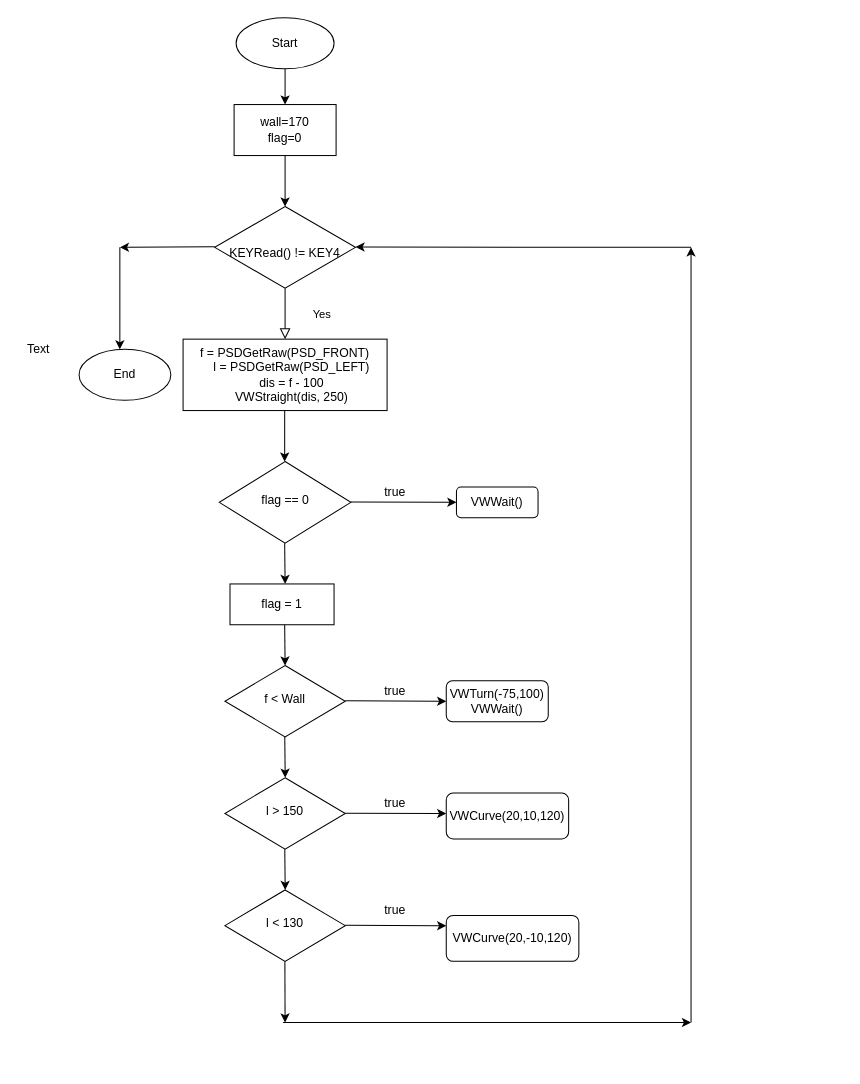
The draw.io diagram Untitled Diagram.drawio in nurezzajeslin/week3, before the edit. Source tidied: cells renumbered, new cells numbered last; positions are measured from the earlier drawing's top-left corner, leaving out a move shared by most shapes. Both pictures are drawn from the tidied source at 102%, with x=0, y=0 at pixel (17, 17).
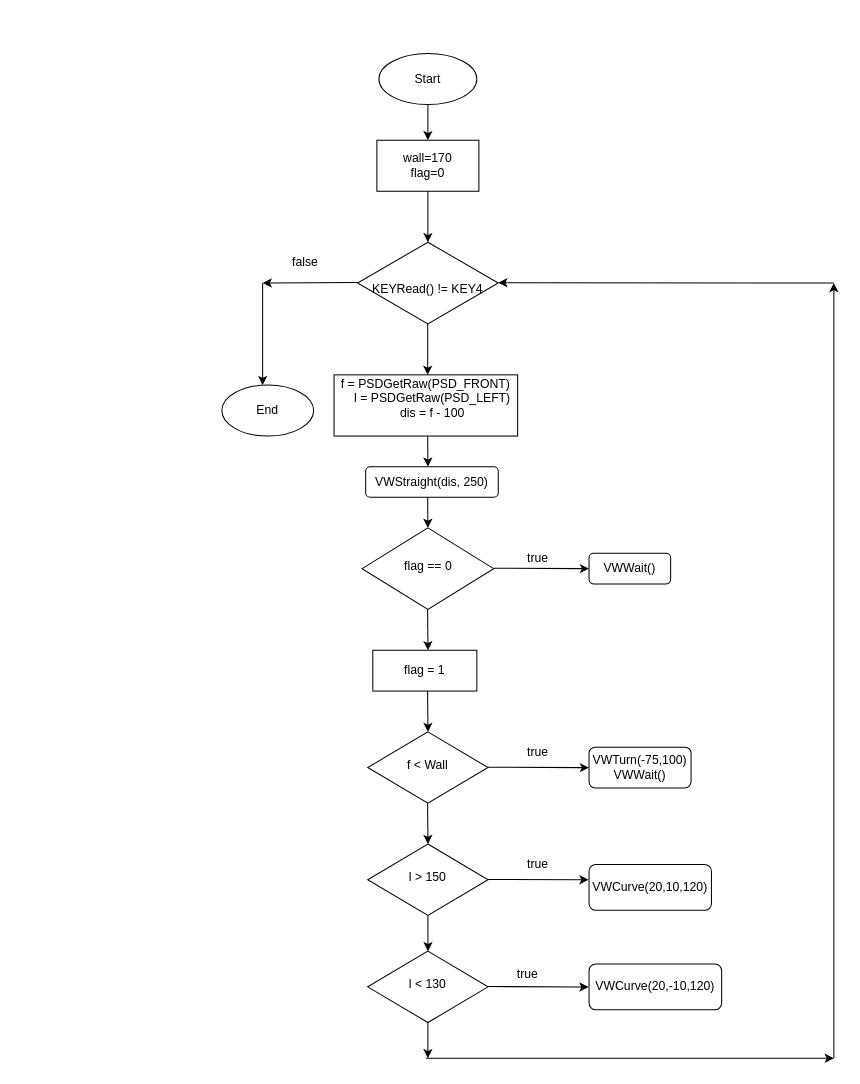
The same diagram, later.

The edit, as a diff of the source:
```diff
@@
-    <mxCell id="2" value="Yes" style="rounded=0;html=1;jettySize=auto;fontSize=11;endArrow=block;endFill=0;endSize=8;strokeWidth=1;shadow=0;labelBackgroundColor=none;edgeStyle=orthogonalEdgeStyle;entryX=0.5;entryY=0;entryDx=0;entryDy=0;" parent="1" edge="1" source="3" target="7">
-      <mxGeometry x="0.02" y="36" relative="1" as="geometry">
-        <Array as="points">
-          <mxPoint x="264" y="265" />
-          <mxPoint x="264" y="265" />
-        </Array>
-      </mxGeometry>
-    </mxCell>
+    <mxCell id="40" style="group;" parent="1" vertex="1">
+      <mxGeometry x="200" y="35" width="600" height="985" as="geometry" />
+    </mxCell>
-    <mxCell id="3" value="&lt;br&gt;KEYRead() != KEY4" style="rhombus;whiteSpace=wrap;html=1;shadow=0;fontFamily=Helvetica;fontSize=12;align=center;strokeWidth=1;spacing=6;spacingTop=-4;" parent="1" vertex="1">
-      <mxGeometry x="193" y="185" width="138" height="80" as="geometry" />
+    <mxCell id="3" value="&lt;br&gt;KEYRead() != KEY4" style="rhombus;whiteSpace=wrap;html=1;shadow=0;fontFamily=Helvetica;fontSize=12;align=center;strokeWidth=1;spacing=6;spacingTop=-4;" parent="40" vertex="1">
+      <mxGeometry x="133" y="185" width="138" height="80" as="geometry" />
     </mxCell>
-    <mxCell id="4" style="ellipse;whiteSpace=wrap;html=1;" parent="1" vertex="1">
-      <mxGeometry x="214" width="96" height="50" as="geometry" />
+    <mxCell id="4" style="ellipse;whiteSpace=wrap;html=1;" parent="40" vertex="1">
+      <mxGeometry x="154" width="96" height="50" as="geometry" />
     </mxCell>
-    <mxCell id="5" value="Start" style="text;html=1;strokeColor=none;fillColor=none;align=center;verticalAlign=middle;whiteSpace=wrap;rounded=0;" parent="1" vertex="1">
-      <mxGeometry x="242" y="15" width="40" height="20" as="geometry" />
+    <mxCell id="5" value="Start" style="text;html=1;strokeColor=none;fillColor=none;align=center;verticalAlign=middle;whiteSpace=wrap;rounded=0;" parent="40" vertex="1">
+      <mxGeometry x="182" y="15" width="40" height="20" as="geometry" />
     </mxCell>
-    <mxCell id="6" value="&lt;span&gt;wall=170&lt;/span&gt;&lt;br&gt;&lt;span&gt;flag=0&lt;/span&gt;" style="rounded=0;whiteSpace=wrap;html=1;" parent="1" vertex="1">
-      <mxGeometry x="212" y="85" width="100" height="50" as="geometry" />
+    <mxCell id="6" value="&lt;span&gt;wall=170&lt;/span&gt;&lt;br&gt;&lt;span&gt;flag=0&lt;/span&gt;" style="rounded=0;whiteSpace=wrap;html=1;" parent="40" vertex="1">
+      <mxGeometry x="152" y="85" width="100" height="50" as="geometry" />
     </mxCell>
-    <mxCell id="7" value="&lt;div&gt;f = PSDGetRaw(PSD_FRONT)&lt;/div&gt;&lt;div&gt;&amp;nbsp; &amp;nbsp; l = PSDGetRaw(PSD_LEFT)&lt;/div&gt;&lt;div&gt;&lt;span&gt;&amp;nbsp; &amp;nbsp; dis = f - 100&lt;/span&gt;&lt;br&gt;&lt;/div&gt;&lt;div&gt;&amp;nbsp; &amp;nbsp; VWStraight(dis, 250)&lt;/div&gt;" style="rounded=0;whiteSpace=wrap;html=1;" parent="1" vertex="1">
-      <mxGeometry x="162" y="315" width="200" height="70" as="geometry" />
+    <mxCell id="7" value="&lt;div&gt;f = PSDGetRaw(PSD_FRONT)&lt;/div&gt;&lt;div&gt;&amp;nbsp; &amp;nbsp; l = PSDGetRaw(PSD_LEFT)&lt;/div&gt;&lt;div&gt;&lt;span&gt;&amp;nbsp; &amp;nbsp; dis = f - 100&lt;/span&gt;&lt;br&gt;&lt;/div&gt;&lt;div&gt;&amp;nbsp; &amp;nbsp;&amp;nbsp;&lt;/div&gt;" style="rounded=0;whiteSpace=wrap;html=1;" parent="40" vertex="1">
+      <mxGeometry x="110" y="315" width="180" height="60" as="geometry" />
     </mxCell>
-    <mxCell id="8" value="flag == 0" style="rhombus;whiteSpace=wrap;html=1;shadow=0;fontFamily=Helvetica;fontSize=12;align=center;strokeWidth=1;spacing=6;spacingTop=-4;" parent="1" vertex="1">
-      <mxGeometry x="197.5" y="435" width="129" height="80" as="geometry" />
+    <mxCell id="8" value="flag == 0" style="rhombus;whiteSpace=wrap;html=1;shadow=0;fontFamily=Helvetica;fontSize=12;align=center;strokeWidth=1;spacing=6;spacingTop=-4;" parent="40" vertex="1">
+      <mxGeometry x="137.5" y="465" width="129" height="80" as="geometry" />
     </mxCell>
-    <mxCell id="9" style="endArrow=classic;html=1;entryX=0.5;entryY=0;entryDx=0;entryDy=0;" parent="1" edge="1" source="4" target="6">
+    <mxCell id="9" style="endArrow=classic;html=1;entryX=0.5;entryY=0;entryDx=0;entryDy=0;" parent="40" edge="1" source="4" target="6">
       <mxGeometry relative="1" as="geometry" />
     </mxCell>
-    <mxCell id="10" style="endArrow=classic;html=1;exitX=0.5;exitY=1;exitDx=0;exitDy=0;" parent="1" edge="1" source="6">
+    <mxCell id="10" style="endArrow=classic;html=1;exitX=0.5;exitY=1;exitDx=0;exitDy=0;" parent="40" edge="1" source="6">
       <mxGeometry relative="1" as="geometry">
-        <mxPoint x="262" y="185" as="targetPoint" />
+        <mxPoint x="202" y="185" as="targetPoint" />
       </mxGeometry>
     </mxCell>
-    <mxCell id="11" style="endArrow=classic;html=1;" parent="1" edge="1">
+    <mxCell id="11" style="endArrow=classic;html=1;" parent="40" edge="1">
       <mxGeometry relative="1" as="geometry">
-        <mxPoint x="261.6" y="385" as="sourcePoint" />
-        <mxPoint x="261.6" y="435" as="targetPoint" />
+        <mxPoint x="201.8" y="375" as="sourcePoint" />
+        <mxPoint x="202" y="405" as="targetPoint" />
       </mxGeometry>
     </mxCell>
-    <mxCell id="12" style="endArrow=classic;html=1;entryX=0;entryY=0.5;entryDx=0;entryDy=0;" parent="1" edge="1" target="13">
-      <mxGeometry relative="1" as="geometry">
-        <mxPoint x="326.5" y="474.6" as="sourcePoint" />
-      </mxGeometry>
-    </mxCell>
-    <mxCell id="13" value="VWWait()" style="rounded=1;whiteSpace=wrap;html=1;" parent="1" vertex="1">
-      <mxGeometry x="430" y="460" width="80" height="30" as="geometry" />
+    <mxCell id="13" value="VWWait()" style="rounded=1;whiteSpace=wrap;html=1;" parent="40" vertex="1">
+      <mxGeometry x="360" y="490" width="80" height="30" as="geometry" />
     </mxCell>
-    <mxCell id="14" style="endArrow=classic;html=1;" parent="1" edge="1">
+    <mxCell id="14" style="endArrow=classic;html=1;" parent="40" edge="1">
       <mxGeometry relative="1" as="geometry">
-        <mxPoint x="261.6" y="515" as="sourcePoint" />
-        <mxPoint x="262" y="555" as="targetPoint" />
+        <mxPoint x="201.7" y="545" as="sourcePoint" />
+        <mxPoint x="202.1" y="585" as="targetPoint" />
       </mxGeometry>
     </mxCell>
-    <mxCell id="15" value="&lt;span&gt;flag = 1&lt;/span&gt;" style="rounded=0;whiteSpace=wrap;html=1;" parent="1" vertex="1">
-      <mxGeometry x="208" y="555" width="102" height="40" as="geometry" />
+    <mxCell id="15" value="&lt;span&gt;flag = 1&lt;/span&gt;" style="rounded=0;whiteSpace=wrap;html=1;" parent="40" vertex="1">
+      <mxGeometry x="148" y="585" width="102" height="40" as="geometry" />
     </mxCell>
-    <mxCell id="16" style="endArrow=classic;html=1;" parent="1" edge="1">
+    <mxCell id="16" style="endArrow=classic;html=1;" parent="40" edge="1">
       <mxGeometry relative="1" as="geometry">
-        <mxPoint x="261.6" y="595" as="sourcePoint" />
-        <mxPoint x="262" y="635" as="targetPoint" />
+        <mxPoint x="201.7" y="625" as="sourcePoint" />
+        <mxPoint x="202.1" y="665" as="targetPoint" />
       </mxGeometry>
     </mxCell>
-    <mxCell id="17" value="f &amp;lt; Wall" style="rhombus;whiteSpace=wrap;html=1;shadow=0;fontFamily=Helvetica;fontSize=12;align=center;strokeWidth=1;spacing=6;spacingTop=-4;" parent="1" vertex="1">
-      <mxGeometry x="203" y="635" width="118" height="70" as="geometry" />
+    <mxCell id="17" value="f &amp;lt; Wall" style="rhombus;whiteSpace=wrap;html=1;shadow=0;fontFamily=Helvetica;fontSize=12;align=center;strokeWidth=1;spacing=6;spacingTop=-4;" parent="40" vertex="1">
+      <mxGeometry x="143" y="665" width="118" height="70" as="geometry" />
     </mxCell>
-    <mxCell id="18" value="&lt;div&gt;VWTurn(-75,100)&lt;/div&gt;&lt;div&gt;&lt;span&gt;VWWait()&lt;/span&gt;&lt;/div&gt;" style="rounded=1;whiteSpace=wrap;html=1;" parent="1" vertex="1">
-      <mxGeometry x="420" y="650" width="100" height="40" as="geometry" />
+    <mxCell id="18" value="&lt;div&gt;VWTurn(-75,100)&lt;/div&gt;&lt;div&gt;&lt;span&gt;VWWait()&lt;/span&gt;&lt;/div&gt;" style="rounded=1;whiteSpace=wrap;html=1;" parent="40" vertex="1">
+      <mxGeometry x="360" y="680" width="100" height="40" as="geometry" />
     </mxCell>
-    <mxCell id="19" style="endArrow=classic;html=1;" parent="1" edge="1">
+    <mxCell id="19" style="endArrow=classic;html=1;" parent="40" edge="1">
       <mxGeometry relative="1" as="geometry">
-        <mxPoint x="321" y="669.6" as="sourcePoint" />
-        <mxPoint x="420" y="670" as="targetPoint" />
+        <mxPoint x="261" y="699.7" as="sourcePoint" />
+        <mxPoint x="360" y="700.1" as="targetPoint" />
       </mxGeometry>
     </mxCell>
-    <mxCell id="20" value="l &amp;gt; 150" style="rhombus;whiteSpace=wrap;html=1;shadow=0;fontFamily=Helvetica;fontSize=12;align=center;strokeWidth=1;spacing=6;spacingTop=-4;" parent="1" vertex="1">
-      <mxGeometry x="203" y="745" width="118" height="70" as="geometry" />
+    <mxCell id="20" value="l &amp;gt; 150" style="rhombus;whiteSpace=wrap;html=1;shadow=0;fontFamily=Helvetica;fontSize=12;align=center;strokeWidth=1;spacing=6;spacingTop=-4;" parent="40" vertex="1">
+      <mxGeometry x="143" y="775" width="118" height="70" as="geometry" />
     </mxCell>
-    <mxCell id="21" value="VWCurve(20,10,120)" style="rounded=1;whiteSpace=wrap;html=1;" parent="1" vertex="1">
-      <mxGeometry x="420" y="760" width="120" height="45" as="geometry" />
+    <mxCell id="21" value="VWCurve(20,10,120)" style="rounded=1;whiteSpace=wrap;html=1;" parent="40" vertex="1">
+      <mxGeometry x="360" y="795" width="120" height="45" as="geometry" />
     </mxCell>
-    <mxCell id="22" value="l &amp;lt; 130" style="rhombus;whiteSpace=wrap;html=1;shadow=0;fontFamily=Helvetica;fontSize=12;align=center;strokeWidth=1;spacing=6;spacingTop=-4;" parent="1" vertex="1">
-      <mxGeometry x="203" y="855" width="118" height="70" as="geometry" />
+    <mxCell id="22" value="l &amp;lt; 130" style="rhombus;whiteSpace=wrap;html=1;shadow=0;fontFamily=Helvetica;fontSize=12;align=center;strokeWidth=1;spacing=6;spacingTop=-4;" parent="40" vertex="1">
+      <mxGeometry x="143" y="880" width="118" height="70" as="geometry" />
     </mxCell>
-    <mxCell id="23" value="VWCurve(20,-10,120)" style="rounded=1;whiteSpace=wrap;html=1;" parent="1" vertex="1">
-      <mxGeometry x="420" y="880" width="130" height="45" as="geometry" />
+    <mxCell id="23" value="VWCurve(20,-10,120)" style="rounded=1;whiteSpace=wrap;html=1;" parent="40" vertex="1">
+      <mxGeometry x="360" y="892.5" width="130" height="45" as="geometry" />
     </mxCell>
-    <mxCell id="24" style="endArrow=classic;html=1;" parent="1" edge="1">
+    <mxCell id="24" style="endArrow=classic;html=1;" parent="40" edge="1">
       <mxGeometry relative="1" as="geometry">
-        <mxPoint x="261.7" y="705" as="sourcePoint" />
-        <mxPoint x="262.1" y="745" as="targetPoint" />
+        <mxPoint x="201.7" y="735" as="sourcePoint" />
+        <mxPoint x="202.1" y="775" as="targetPoint" />
       </mxGeometry>
     </mxCell>
-    <mxCell id="25" style="endArrow=classic;html=1;" parent="1" edge="1">
+    <mxCell id="25" style="endArrow=classic;html=1;" parent="40" edge="1">
       <mxGeometry relative="1" as="geometry">
-        <mxPoint x="261.7" y="815" as="sourcePoint" />
-        <mxPoint x="262.1" y="855" as="targetPoint" />
+        <mxPoint x="202" y="845" as="sourcePoint" />
+        <mxPoint x="202.1" y="880" as="targetPoint" />
       </mxGeometry>
     </mxCell>
-    <mxCell id="26" style="endArrow=classic;html=1;" parent="1" edge="1">
+    <mxCell id="26" style="endArrow=classic;html=1;" parent="40" edge="1">
       <mxGeometry relative="1" as="geometry">
-        <mxPoint x="321" y="779.7" as="sourcePoint" />
-        <mxPoint x="420" y="780.1" as="targetPoint" />
+        <mxPoint x="260.5" y="809.7" as="sourcePoint" />
+        <mxPoint x="359.5" y="810.1" as="targetPoint" />
       </mxGeometry>
     </mxCell>
-    <mxCell id="27" style="endArrow=classic;html=1;" parent="1" edge="1">
+    <mxCell id="27" style="endArrow=classic;html=1;" parent="40" edge="1">
       <mxGeometry relative="1" as="geometry">
-        <mxPoint x="321" y="889.7" as="sourcePoint" />
-        <mxPoint x="420" y="890.1" as="targetPoint" />
+        <mxPoint x="260.5" y="914.7" as="sourcePoint" />
+        <mxPoint x="359.5" y="915.1" as="targetPoint" />
       </mxGeometry>
     </mxCell>
-    <mxCell id="28" style="endArrow=classic;html=1;" parent="1" edge="1">
+    <mxCell id="28" style="endArrow=classic;html=1;exitX=0.5;exitY=1;exitDx=0;exitDy=0;" parent="40" edge="1" source="22">
       <mxGeometry relative="1" as="geometry">
-        <mxPoint x="261.8" y="925" as="sourcePoint" />
-        <mxPoint x="262" y="985" as="targetPoint" />
+        <mxPoint x="202" y="985" as="targetPoint" />
       </mxGeometry>
     </mxCell>
-    <mxCell id="29" style="endArrow=classic;html=1;" parent="1" edge="1">
+    <mxCell id="29" style="endArrow=classic;html=1;" parent="40" edge="1">
       <mxGeometry relative="1" as="geometry">
-        <mxPoint x="260" y="985" as="sourcePoint" />
-        <mxPoint x="660" y="985" as="targetPoint" />
+        <mxPoint x="200" y="985" as="sourcePoint" />
+        <mxPoint x="600" y="985" as="targetPoint" />
       </mxGeometry>
     </mxCell>
-    <mxCell id="30" style="endArrow=classic;html=1;" parent="1" edge="1">
+    <mxCell id="30" style="endArrow=classic;html=1;" parent="40" edge="1">
       <mxGeometry relative="1" as="geometry">
-        <mxPoint x="660" y="985" as="sourcePoint" />
-        <mxPoint x="660" y="225" as="targetPoint" />
+        <mxPoint x="600" y="985" as="sourcePoint" />
+        <mxPoint x="600" y="225" as="targetPoint" />
       </mxGeometry>
     </mxCell>
-    <mxCell id="31" style="endArrow=classic;html=1;" parent="1" edge="1">
+    <mxCell id="31" style="endArrow=classic;html=1;" parent="40" edge="1">
       <mxGeometry relative="1" as="geometry">
-        <mxPoint x="660" y="225" as="sourcePoint" />
-        <mxPoint x="331" y="224.7" as="targetPoint" />
+        <mxPoint x="600" y="225" as="sourcePoint" />
+        <mxPoint x="271" y="224.7" as="targetPoint" />
       </mxGeometry>
     </mxCell>
-    <mxCell id="32" value="Text" style="text;html=1;align=center;verticalAlign=middle;strokeColor=none;" parent="1" vertex="1">
-      <mxGeometry y="315" width="40" height="20" as="geometry" />
-    </mxCell>
-    <mxCell id="33" style="endArrow=classic;html=1;" parent="1" edge="1">
+    <mxCell id="33" style="endArrow=classic;html=1;" parent="40" edge="1">
       <mxGeometry relative="1" as="geometry">
-        <mxPoint x="193" y="224.5" as="sourcePoint" />
-        <mxPoint x="100" y="225" as="targetPoint" />
+        <mxPoint x="133" y="224.5" as="sourcePoint" />
+        <mxPoint x="40" y="225" as="targetPoint" />
       </mxGeometry>
     </mxCell>
-    <mxCell id="34" style="endArrow=classic;html=1;" parent="1" edge="1">
+    <mxCell id="34" style="endArrow=classic;html=1;" parent="40" edge="1">
       <mxGeometry relative="1" as="geometry">
-        <mxPoint x="100" y="225" as="sourcePoint" />
-        <mxPoint x="100" y="325" as="targetPoint" />
+        <mxPoint x="40" y="225" as="sourcePoint" />
+        <mxPoint x="40" y="325" as="targetPoint" />
       </mxGeometry>
     </mxCell>
-    <mxCell id="35" value="End" style="ellipse;whiteSpace=wrap;html=1;" parent="1" vertex="1">
-      <mxGeometry x="60" y="325" width="90" height="50" as="geometry" />
+    <mxCell id="35" value="End" style="ellipse;whiteSpace=wrap;html=1;" parent="40" vertex="1">
+      <mxGeometry y="325" width="90" height="50" as="geometry" />
     </mxCell>
-    <mxCell id="36" value="true" style="text;html=1;strokeColor=none;fillColor=none;align=center;verticalAlign=middle;whiteSpace=wrap;rounded=0;" parent="1" vertex="1">
-      <mxGeometry x="350" y="455" width="40" height="20" as="geometry" />
+    <mxCell id="36" value="true" style="text;html=1;strokeColor=none;fillColor=none;align=center;verticalAlign=middle;whiteSpace=wrap;rounded=0;" parent="40" vertex="1">
+      <mxGeometry x="290" y="485" width="40" height="20" as="geometry" />
     </mxCell>
-    <mxCell id="37" value="true" style="text;html=1;strokeColor=none;fillColor=none;align=center;verticalAlign=middle;whiteSpace=wrap;rounded=0;" parent="1" vertex="1">
-      <mxGeometry x="350" y="650" width="40" height="20" as="geometry" />
+    <mxCell id="37" value="true" style="text;html=1;strokeColor=none;fillColor=none;align=center;verticalAlign=middle;whiteSpace=wrap;rounded=0;" parent="40" vertex="1">
+      <mxGeometry x="290" y="675" width="40" height="20" as="geometry" />
     </mxCell>
-    <mxCell id="38" value="true" style="text;html=1;strokeColor=none;fillColor=none;align=center;verticalAlign=middle;whiteSpace=wrap;rounded=0;" parent="1" vertex="1">
-      <mxGeometry x="350" y="760" width="40" height="20" as="geometry" />
+    <mxCell id="38" value="true" style="text;html=1;strokeColor=none;fillColor=none;align=center;verticalAlign=middle;whiteSpace=wrap;rounded=0;" parent="40" vertex="1">
+      <mxGeometry x="290" y="785" width="40" height="20" as="geometry" />
     </mxCell>
-    <mxCell id="39" value="true" style="text;html=1;strokeColor=none;fillColor=none;align=center;verticalAlign=middle;whiteSpace=wrap;rounded=0;" parent="1" vertex="1">
-      <mxGeometry x="350" y="865" width="40" height="20" as="geometry" />
+    <mxCell id="39" value="true" style="text;html=1;strokeColor=none;fillColor=none;align=center;verticalAlign=middle;whiteSpace=wrap;rounded=0;" parent="40" vertex="1">
+      <mxGeometry x="280" y="892.5" width="40" height="20" as="geometry" />
     </mxCell>
+    <mxCell id="41" style="endArrow=classic;html=1;exitX=0.5;exitY=1;exitDx=0;exitDy=0;" parent="40" edge="1">
+      <mxGeometry relative="1" as="geometry">
+        <mxPoint x="201.8" y="265" as="sourcePoint" />
+        <mxPoint x="201.8" y="315" as="targetPoint" />
+      </mxGeometry>
+    </mxCell>
+    <mxCell id="42" value="false" style="text;html=1;strokeColor=none;fillColor=none;align=center;verticalAlign=middle;whiteSpace=wrap;rounded=0;" parent="40" vertex="1">
+      <mxGeometry x="62" y="195" width="40" height="20" as="geometry" />
+    </mxCell>
+    <mxCell id="43" value="&lt;span&gt;VWStraight(dis, 250)&lt;/span&gt;" style="rounded=1;whiteSpace=wrap;html=1;" parent="40" vertex="1">
+      <mxGeometry x="141" y="405" width="130" height="30" as="geometry" />
+    </mxCell>
+    <mxCell id="44" style="endArrow=classic;html=1;" parent="40" edge="1">
+      <mxGeometry relative="1" as="geometry">
+        <mxPoint x="266.5" y="504.5" as="sourcePoint" />
+        <mxPoint x="360" y="505" as="targetPoint" />
+      </mxGeometry>
+    </mxCell>
+    <mxCell id="45" style="endArrow=classic;html=1;" parent="40" edge="1">
+      <mxGeometry relative="1" as="geometry">
+        <mxPoint x="201.8" y="435" as="sourcePoint" />
+        <mxPoint x="202" y="465" as="targetPoint" />
+      </mxGeometry>
+    </mxCell>
```
